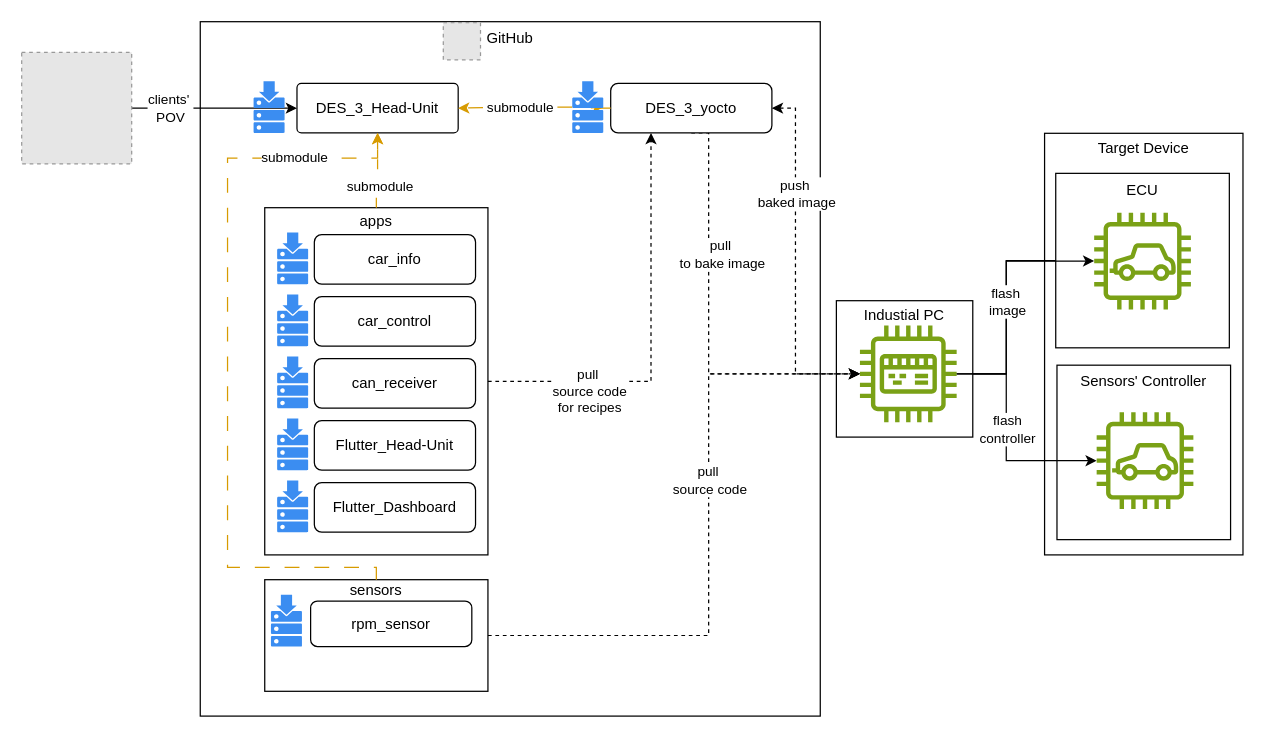
This is documentation/images/project_structure.drawio from Lagavulin9/DES_3_Head-Unit, a draw.io file, before an edit. Source tidied: cells renumbered, new cells numbered last; positions are measured from the earlier drawing's top-left corner, leaving out a move shared by most shapes. Both pictures are drawn from the tidied source at 124%, with x=0, y=0 at pixel (21, 21). Pictures stored in the file or linked from it are replaced by grey dashed boxes.
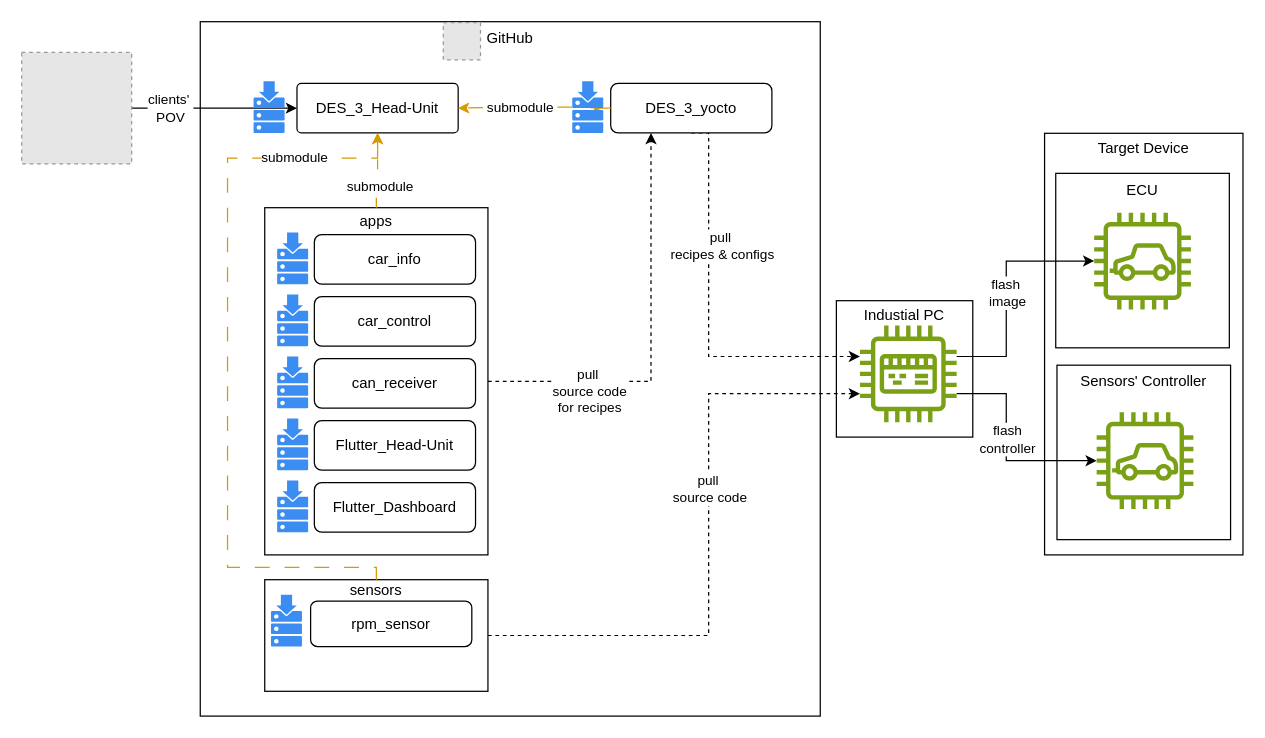
The same page after the edit.

The change refers to these unchanged cells:
```xml
<mxCell id="5" value="&lt;div&gt;ECU&lt;br&gt;&lt;/div&gt;&lt;div&gt;&lt;br&gt;&lt;/div&gt;&lt;div&gt;&lt;br&gt;&lt;/div&gt;&lt;div&gt;&lt;br&gt;&lt;/div&gt;&lt;div&gt;&lt;br&gt;&lt;/div&gt;&lt;div&gt;&lt;br&gt;&lt;/div&gt;&lt;div&gt;&lt;br&gt;&lt;/div&gt;&lt;div&gt;&lt;br&gt;&lt;/div&gt;&lt;div&gt;&lt;br&gt;&lt;/div&gt;" style="rounded=0;whiteSpace=wrap;html=1;" parent="1" vertex="1">
  <mxGeometry x="833.9" y="122.3" width="140" height="140.7" as="geometry" />
</mxCell>
<mxCell id="9" style="sketch=0;outlineConnect=0;fontColor=#232F3E;gradientColor=none;fillColor=#7AA116;strokeColor=none;dashed=0;verticalLabelPosition=bottom;verticalAlign=top;align=center;html=1;fontSize=12;fontStyle=0;shape=mxgraph.aws4.car;" parent="1" vertex="1">
  <mxGeometry x="864.9" y="154" width="78" height="78" as="geometry" />
</mxCell>
<mxCell id="14" value="DES_3_yocto" style="rounded=1;whiteSpace=wrap;html=1;" parent="1" vertex="1">
  <mxGeometry x="475" y="49.7" width="130" height="40" as="geometry" />
</mxCell>
<mxCell id="17" style="sketch=0;outlineConnect=0;fontColor=#232F3E;gradientColor=none;fillColor=#7AA116;strokeColor=none;dashed=0;verticalLabelPosition=bottom;verticalAlign=top;align=center;html=1;fontSize=12;fontStyle=0;shape=mxgraph.aws4.iot_thing_industrial_pc;" parent="1" vertex="1">
  <mxGeometry x="676" y="245" width="78" height="78" as="geometry" />
</mxCell>
<mxCell id="36" value="&lt;div&gt;sensors&lt;/div&gt;&lt;div&gt;&lt;br&gt;&lt;/div&gt;&lt;div&gt;&lt;br&gt;&lt;/div&gt;&lt;div&gt;&lt;br&gt;&lt;/div&gt;&lt;div&gt;&lt;br&gt;&lt;/div&gt;&lt;div&gt;&lt;br&gt;&lt;/div&gt;" style="rounded=0;whiteSpace=wrap;html=1;" parent="35" vertex="1">
  <mxGeometry width="180" height="90" as="geometry" />
</mxCell>
<mxCell id="45" style="sketch=0;outlineConnect=0;fontColor=#232F3E;gradientColor=none;fillColor=#7AA116;strokeColor=none;dashed=0;verticalLabelPosition=bottom;verticalAlign=top;align=center;html=1;fontSize=12;fontStyle=0;shape=mxgraph.aws4.car;" parent="1" vertex="1">
  <mxGeometry x="866.9" y="315" width="78" height="78" as="geometry" />
</mxCell>
```

What changed in the source:
```diff
@@
-    <mxCell id="4" style="edgeStyle=orthogonalEdgeStyle;rounded=0;jettySize=auto;html=1;" parent="1" edge="1" source="5" target="17">
-      <mxGeometry relative="1" as="geometry" />
-    </mxCell>
@@
     <mxCell id="10" style="edgeStyle=orthogonalEdgeStyle;rounded=0;jettySize=auto;html=1;startArrow=none;startFill=0;exitX=0.5;exitY=1;exitDx=0;exitDy=0;dashed=1;" parent="1" edge="1" source="14" target="17">
       <mxGeometry relative="1" as="geometry">
         <Array as="points">
           <mxPoint x="554" y="90" />
-          <mxPoint x="554" y="284" />
+          <mxPoint x="554" y="270" />
         </Array>
       </mxGeometry>
     </mxCell>
-    <mxCell id="11" value="&lt;div&gt;pull&amp;nbsp;&lt;/div&gt;&lt;div&gt;to bake image&lt;br&gt;&lt;/div&gt;" style="edgeLabel;html=1;align=center;verticalAlign=middle;" parent="10" vertex="1">
+    <mxCell id="11" value="&lt;div&gt;pull&amp;nbsp;&lt;/div&gt;&lt;div&gt;recipes &amp;amp; configs&lt;br&gt;&lt;/div&gt;" style="edgeLabel;html=1;align=center;verticalAlign=middle;" parent="10" vertex="1">
       <mxGeometry x="-0.08" y="-1" relative="1" as="geometry">
         <mxPoint x="11" y="-40" as="offset" />
       </mxGeometry>
     </mxCell>
@@
     <mxCell id="15" style="edgeStyle=orthogonalEdgeStyle;rounded=0;jettySize=auto;html=1;" parent="1" edge="1" source="17" target="45">
       <mxGeometry relative="1" as="geometry">
         <Array as="points">
-          <mxPoint x="794" y="284" />
+          <mxPoint x="794" y="300" />
           <mxPoint x="794" y="354" />
         </Array>
       </mxGeometry>
     </mxCell>
@@
     <mxCell id="46" style="edgeStyle=orthogonalEdgeStyle;rounded=0;jettySize=auto;html=1;dashed=1;" parent="1" edge="1" source="36" target="17">
       <mxGeometry relative="1" as="geometry">
         <Array as="points">
           <mxPoint x="554" y="495" />
-          <mxPoint x="554" y="284" />
+          <mxPoint x="554" y="300" />
         </Array>
       </mxGeometry>
     </mxCell>
@@
     <mxCell id="48" style="edgeStyle=orthogonalEdgeStyle;rounded=0;jettySize=auto;html=1;" parent="1" edge="1" source="17" target="9">
       <mxGeometry relative="1" as="geometry">
         <Array as="points">
-          <mxPoint x="794" y="284" />
+          <mxPoint x="794" y="270" />
           <mxPoint x="794" y="193" />
         </Array>
       </mxGeometry>
     </mxCell>
@@
-    <mxCell id="50" style="edgeStyle=orthogonalEdgeStyle;rounded=0;jettySize=auto;html=1;startArrow=classic;startFill=1;exitX=1;exitY=0.5;exitDx=0;exitDy=0;dashed=1;" parent="1" edge="1" source="14" target="17">
-      <mxGeometry relative="1" as="geometry">
-        <Array as="points">
-          <mxPoint x="624" y="70" />
-          <mxPoint x="624" y="284" />
-        </Array>
-      </mxGeometry>
-    </mxCell>
-    <mxCell id="51" value="&lt;div&gt;push&amp;nbsp;&lt;/div&gt;&lt;div&gt;baked image&lt;br&gt;&lt;/div&gt;" style="edgeLabel;html=1;align=center;verticalAlign=middle;" parent="50" vertex="1">
-      <mxGeometry x="-0.08" y="-1" relative="1" as="geometry">
-        <mxPoint x="1" y="-43" as="offset" />
-      </mxGeometry>
-    </mxCell>
```
